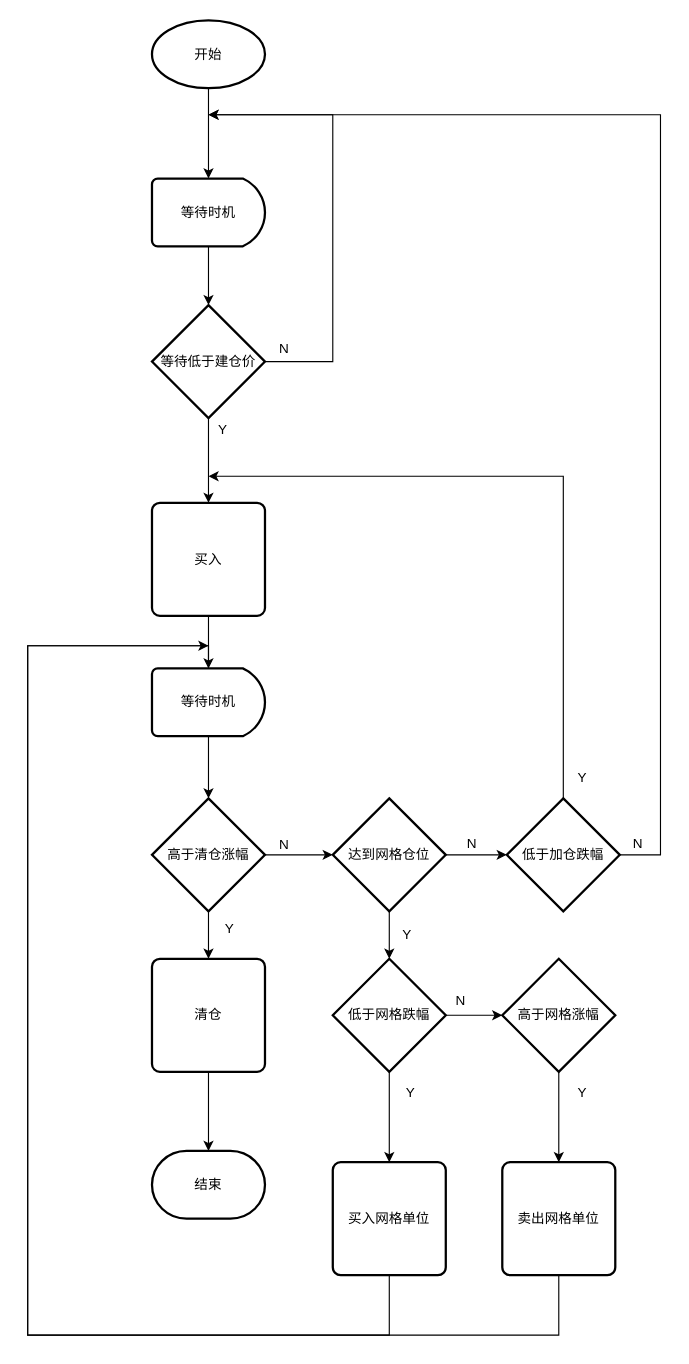
Above: 交易流程图.drawio in ZengSir/drawio (draw.io), before the change. Source tidied: cells renumbered, new cells numbered last; positions are measured from the earlier drawing's top-left corner, leaving out a move shared by most shapes. Both pictures are drawn from the tidied source at 113%, with x=0, y=0 at pixel (27, 19).
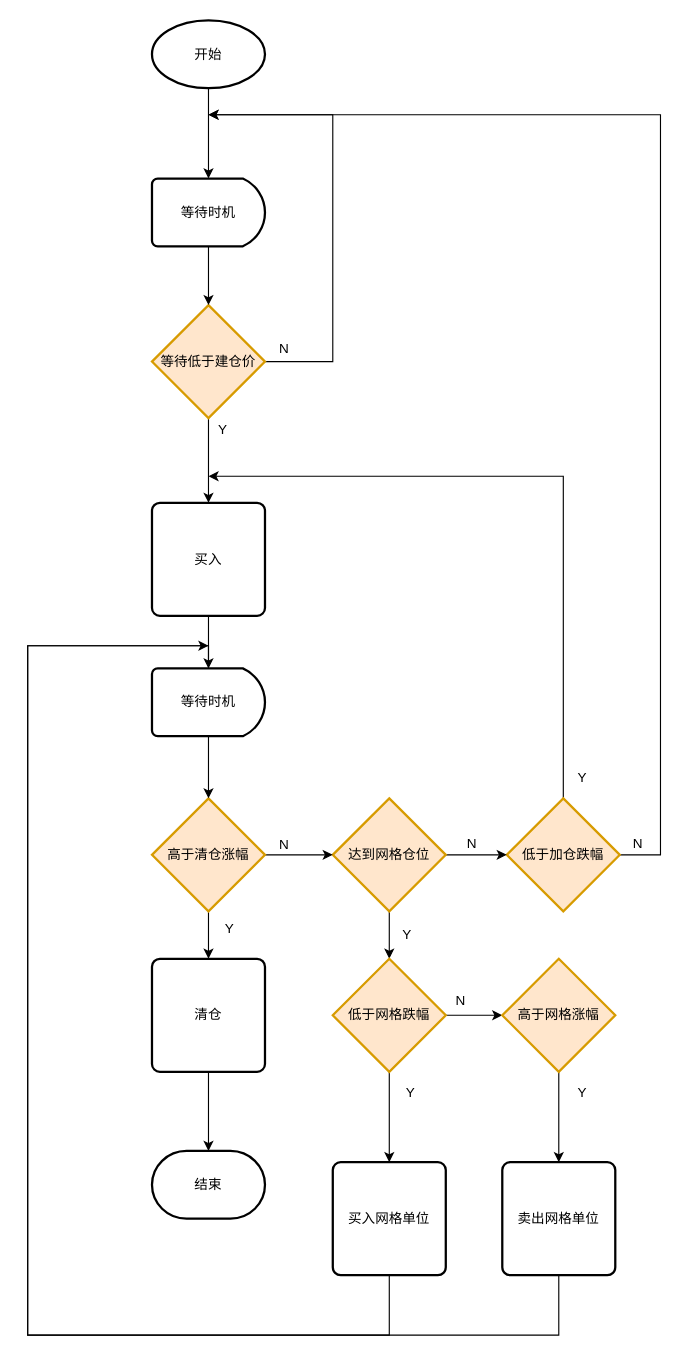
After the change.

Commit message:
Update 交易流程图.drawio

The edit, as a diff of the source:
```diff
@@
-    <mxCell id="6" value="等待低于建仓价" style="strokeWidth=2;html=1;shape=mxgraph.flowchart.decision;whiteSpace=wrap;" parent="1" vertex="1">
+    <mxCell id="6" value="等待低于建仓价" style="strokeWidth=2;html=1;shape=mxgraph.flowchart.decision;whiteSpace=wrap;fillColor=#ffe6cc;strokeColor=#d79b00;" parent="1" vertex="1">
       <mxGeometry x="110" y="252.5" width="100" height="100" as="geometry" />
     </mxCell>
@@
-    <mxCell id="13" value="低于加仓跌幅" style="strokeWidth=2;html=1;shape=mxgraph.flowchart.decision;whiteSpace=wrap;" parent="1" vertex="1">
+    <mxCell id="13" value="低于加仓跌幅" style="strokeWidth=2;html=1;shape=mxgraph.flowchart.decision;whiteSpace=wrap;fillColor=#ffe6cc;strokeColor=#d79b00;" parent="1" vertex="1">
       <mxGeometry x="424" y="689" width="100" height="100" as="geometry" />
     </mxCell>
@@
-    <mxCell id="17" value="达到网格仓位" style="strokeWidth=2;html=1;shape=mxgraph.flowchart.decision;whiteSpace=wrap;" parent="1" vertex="1">
+    <mxCell id="17" value="达到网格仓位" style="strokeWidth=2;html=1;shape=mxgraph.flowchart.decision;whiteSpace=wrap;fillColor=#ffe6cc;strokeColor=#d79b00;" parent="1" vertex="1">
       <mxGeometry x="270" y="689" width="100" height="100" as="geometry" />
     </mxCell>
@@
-    <mxCell id="20" value="低于网格跌幅" style="strokeWidth=2;html=1;shape=mxgraph.flowchart.decision;whiteSpace=wrap;" parent="1" vertex="1">
+    <mxCell id="20" value="低于网格跌幅" style="strokeWidth=2;html=1;shape=mxgraph.flowchart.decision;whiteSpace=wrap;fillColor=#ffe6cc;strokeColor=#d79b00;" parent="1" vertex="1">
       <mxGeometry x="270" y="831" width="100" height="100" as="geometry" />
     </mxCell>
@@
-    <mxCell id="22" value="高于网格涨幅" style="strokeWidth=2;html=1;shape=mxgraph.flowchart.decision;whiteSpace=wrap;" parent="1" vertex="1">
+    <mxCell id="22" value="高于网格涨幅" style="strokeWidth=2;html=1;shape=mxgraph.flowchart.decision;whiteSpace=wrap;fillColor=#ffe6cc;strokeColor=#d79b00;" parent="1" vertex="1">
       <mxGeometry x="420" y="831" width="100" height="100" as="geometry" />
     </mxCell>
@@
-    <mxCell id="25" value="高于清仓涨幅" style="strokeWidth=2;html=1;shape=mxgraph.flowchart.decision;whiteSpace=wrap;" parent="1" vertex="1">
+    <mxCell id="25" value="高于清仓涨幅" style="strokeWidth=2;html=1;shape=mxgraph.flowchart.decision;whiteSpace=wrap;fillColor=#ffe6cc;strokeColor=#d79b00;" parent="1" vertex="1">
       <mxGeometry x="110" y="689" width="100" height="100" as="geometry" />
     </mxCell>
```
